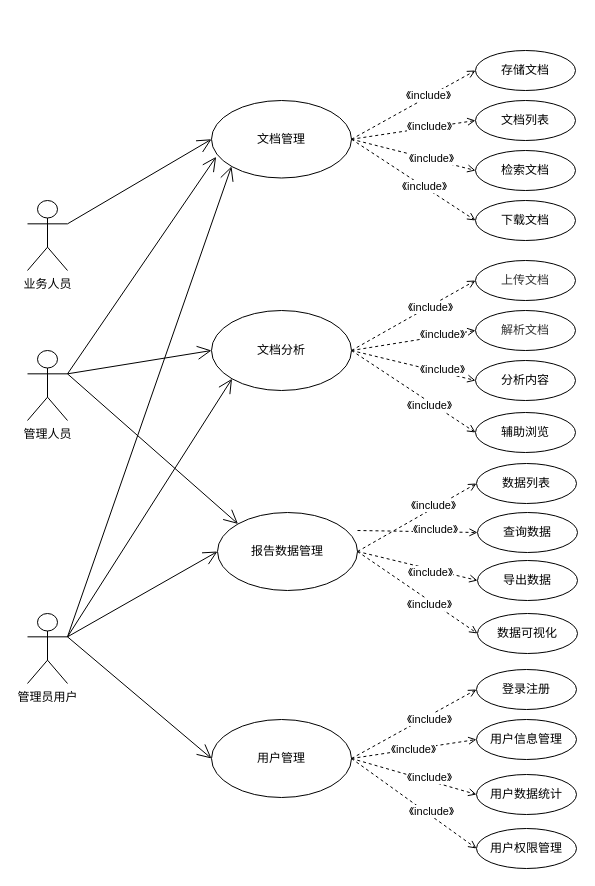
This is user_case.drawio from lang22/DocAI_UML, a draw.io file, before an edit. Source tidied: cells renumbered, new cells numbered last; positions are measured from the earlier drawing's top-left corner, leaving out a move shared by most shapes. Both pictures are drawn from the tidied source at 100%, with x=0, y=0 at pixel (27, 50).
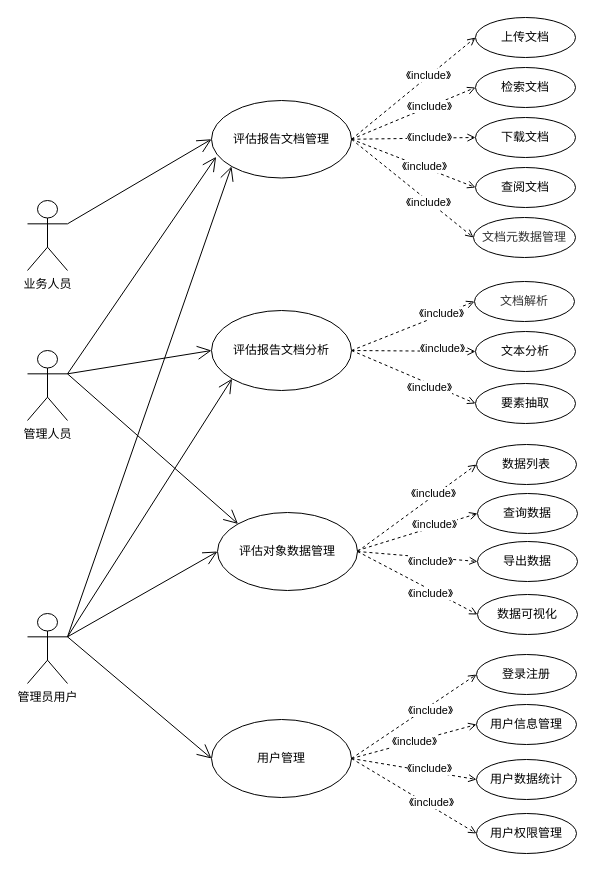
The same page after the edit.

Change to the diagram source:
```diff
@@
-    <mxCell id="6" value="文档管理" style="ellipse;whiteSpace=wrap;html=1;" parent="1" vertex="1">
+    <mxCell id="6" value="评估报告文档管理" style="ellipse;whiteSpace=wrap;html=1;" parent="1" vertex="1">
       <mxGeometry x="184" y="50" width="140" height="77.5" as="geometry" />
     </mxCell>
@@
-    <mxCell id="11" value="报告数据管理" style="ellipse;whiteSpace=wrap;html=1;" parent="1" vertex="1">
+    <mxCell id="11" value="评估对象数据管理" style="ellipse;whiteSpace=wrap;html=1;" parent="1" vertex="1">
       <mxGeometry x="190" y="462" width="140" height="78" as="geometry" />
     </mxCell>
@@
-    <mxCell id="16" style="edgeStyle=none;rounded=0;jettySize=auto;html=1;entryX=0;entryY=0.5;entryDx=0;entryDy=0;dashed=1;endArrow=open;endFill=0;exitX=1;exitY=0.5;exitDx=0;exitDy=0;" parent="1" edge="1" source="24" target="29">
+    <mxCell id="16" style="edgeStyle=none;rounded=0;jettySize=auto;html=1;entryX=0;entryY=0.5;entryDx=0;entryDy=0;dashed=1;endArrow=open;endFill=0;exitX=1;exitY=0.5;exitDx=0;exitDy=0;" parent="1" edge="1" source="6" target="29">
       <mxGeometry relative="1" as="geometry" />
     </mxCell>
@@
-    <mxCell id="24" value="文档分析" style="ellipse;whiteSpace=wrap;html=1;" parent="1" vertex="1">
+    <mxCell id="24" value="评估报告文档分析" style="ellipse;whiteSpace=wrap;html=1;" parent="1" vertex="1">
       <mxGeometry x="184" y="260" width="140" height="80" as="geometry" />
     </mxCell>
@@
-    <mxCell id="26" value="存储文档" style="ellipse;whiteSpace=wrap;html=1;" parent="1" vertex="1">
-      <mxGeometry x="448" width="100" height="40" as="geometry" />
+    <mxCell id="26" value="上传文档" style="ellipse;whiteSpace=wrap;html=1;" parent="1" vertex="1">
+      <mxGeometry x="448" y="-33" width="100" height="40" as="geometry" />
     </mxCell>
-    <mxCell id="27" value="文档列表" style="ellipse;whiteSpace=wrap;html=1;" parent="1" vertex="1">
-      <mxGeometry x="448" y="50" width="100" height="40" as="geometry" />
+    <mxCell id="27" value="检索文档" style="ellipse;whiteSpace=wrap;html=1;" parent="1" vertex="1">
+      <mxGeometry x="448" y="17" width="100" height="40" as="geometry" />
     </mxCell>
-    <mxCell id="28" value="辅助浏览" style="ellipse;whiteSpace=wrap;html=1;" parent="1" vertex="1">
-      <mxGeometry x="448" y="362" width="100" height="40" as="geometry" />
+    <mxCell id="28" value="要素抽取" style="ellipse;whiteSpace=wrap;html=1;" parent="1" vertex="1">
+      <mxGeometry x="448" y="333" width="100" height="40" as="geometry" />
     </mxCell>
-    <mxCell id="29" value="&lt;font face=&quot;微软雅黑&quot; color=&quot;#323232&quot;&gt;&lt;span class=&quot;custom-cursor-default-hover&quot; style=&quot;background-color: rgba(255, 255, 255, 0.01);&quot;&gt;上传文档&lt;/span&gt;&lt;/font&gt;" style="ellipse;whiteSpace=wrap;html=1;" parent="1" vertex="1">
-      <mxGeometry x="448" y="210" width="100" height="40" as="geometry" />
+    <mxCell id="29" value="&lt;font face=&quot;微软雅黑&quot; color=&quot;#323232&quot;&gt;&lt;span class=&quot;custom-cursor-default-hover&quot; style=&quot;background-color: rgba(255, 255, 255, 0.01);&quot;&gt;文档元数据管理&lt;/span&gt;&lt;/font&gt;" style="ellipse;whiteSpace=wrap;html=1;" parent="1" vertex="1">
+      <mxGeometry x="446" y="167" width="102" height="40" as="geometry" />
     </mxCell>
-    <mxCell id="30" value="分析内容" style="ellipse;whiteSpace=wrap;html=1;" parent="1" vertex="1">
-      <mxGeometry x="448" y="310" width="100" height="40" as="geometry" />
+    <mxCell id="30" value="文本分析" style="ellipse;whiteSpace=wrap;html=1;" parent="1" vertex="1">
+      <mxGeometry x="448" y="281" width="100" height="40" as="geometry" />
     </mxCell>
-    <mxCell id="31" value="&lt;span class=&quot;custom-cursor-default-hover&quot; style=&quot;color: rgb(50, 50, 50); font-family: 微软雅黑; background-color: rgba(255, 255, 255, 0.01);&quot;&gt;解析文档&lt;/span&gt;" style="ellipse;whiteSpace=wrap;html=1;" parent="1" vertex="1">
-      <mxGeometry x="448" y="260" width="100" height="40" as="geometry" />
+    <mxCell id="31" value="&lt;span class=&quot;custom-cursor-default-hover&quot; style=&quot;color: rgb(50, 50, 50); font-family: 微软雅黑; background-color: rgba(255, 255, 255, 0.01);&quot;&gt;文档解析&lt;/span&gt;" style="ellipse;whiteSpace=wrap;html=1;" parent="1" vertex="1">
+      <mxGeometry x="447" y="231" width="100" height="40" as="geometry" />
     </mxCell>
-    <mxCell id="32" value="下载文档" style="ellipse;whiteSpace=wrap;html=1;" parent="1" vertex="1">
-      <mxGeometry x="448" y="150" width="100" height="40" as="geometry" />
+    <mxCell id="32" value="查阅文档" style="ellipse;whiteSpace=wrap;html=1;" parent="1" vertex="1">
+      <mxGeometry x="448" y="117" width="100" height="40" as="geometry" />
     </mxCell>
-    <mxCell id="33" value="检索文档" style="ellipse;whiteSpace=wrap;html=1;" parent="1" vertex="1">
-      <mxGeometry x="448" y="100" width="100" height="40" as="geometry" />
+    <mxCell id="33" value="下载文档" style="ellipse;whiteSpace=wrap;html=1;" parent="1" vertex="1">
+      <mxGeometry x="448" y="67" width="100" height="40" as="geometry" />
     </mxCell>
     <mxCell id="34" value="数据列表" style="ellipse;whiteSpace=wrap;html=1;" parent="1" vertex="1">
-      <mxGeometry x="449" y="413" width="100" height="40" as="geometry" />
+      <mxGeometry x="449" y="394" width="100" height="40" as="geometry" />
     </mxCell>
@@
     <mxCell id="39" value="导出数据" style="ellipse;whiteSpace=wrap;html=1;" parent="1" vertex="1">
-      <mxGeometry x="450" y="510" width="100" height="40" as="geometry" />
+      <mxGeometry x="450" y="491" width="100" height="40" as="geometry" />
     </mxCell>
     <mxCell id="40" value="用户信息管理" style="ellipse;whiteSpace=wrap;html=1;" parent="1" vertex="1">
-      <mxGeometry x="449" y="669" width="100" height="40" as="geometry" />
+      <mxGeometry x="449" y="654" width="100" height="40" as="geometry" />
     </mxCell>
     <mxCell id="41" value="用户数据统计" style="ellipse;whiteSpace=wrap;html=1;" parent="1" vertex="1">
-      <mxGeometry x="449" y="724" width="100" height="40" as="geometry" />
+      <mxGeometry x="449" y="709" width="100" height="40" as="geometry" />
     </mxCell>
@@
     <mxCell id="43" value="数据可视化" style="ellipse;whiteSpace=wrap;html=1;" parent="1" vertex="1">
-      <mxGeometry x="450" y="563" width="100" height="40" as="geometry" />
+      <mxGeometry x="450" y="544" width="100" height="40" as="geometry" />
     </mxCell>
@@
     <mxCell id="46" value="登录注册" style="ellipse;whiteSpace=wrap;html=1;" parent="1" vertex="1">
-      <mxGeometry x="449" y="619" width="100" height="40" as="geometry" />
+      <mxGeometry x="449" y="604" width="100" height="40" as="geometry" />
     </mxCell>
@@
     <mxCell id="56" value="用户权限管理" style="ellipse;whiteSpace=wrap;html=1;" parent="1" vertex="1">
-      <mxGeometry x="449" y="778" width="100" height="40" as="geometry" />
+      <mxGeometry x="449" y="763" width="100" height="40" as="geometry" />
     </mxCell>
@@
     <mxCell id="61" value="查询数据" style="ellipse;whiteSpace=wrap;html=1;" parent="1" vertex="1">
-      <mxGeometry x="450" y="462" width="100" height="40" as="geometry" />
+      <mxGeometry x="450" y="443" width="100" height="40" as="geometry" />
     </mxCell>
     <mxCell id="62" style="edgeStyle=none;rounded=0;jettySize=auto;html=1;entryX=0;entryY=0.5;entryDx=0;entryDy=0;dashed=1;endArrow=open;endFill=0;" parent="1" edge="1" target="61">
       <mxGeometry relative="1" as="geometry">
-        <mxPoint x="330" y="480" as="sourcePoint" />
+        <mxPoint x="330" y="500" as="sourcePoint" />
       </mxGeometry>
     </mxCell>
```
